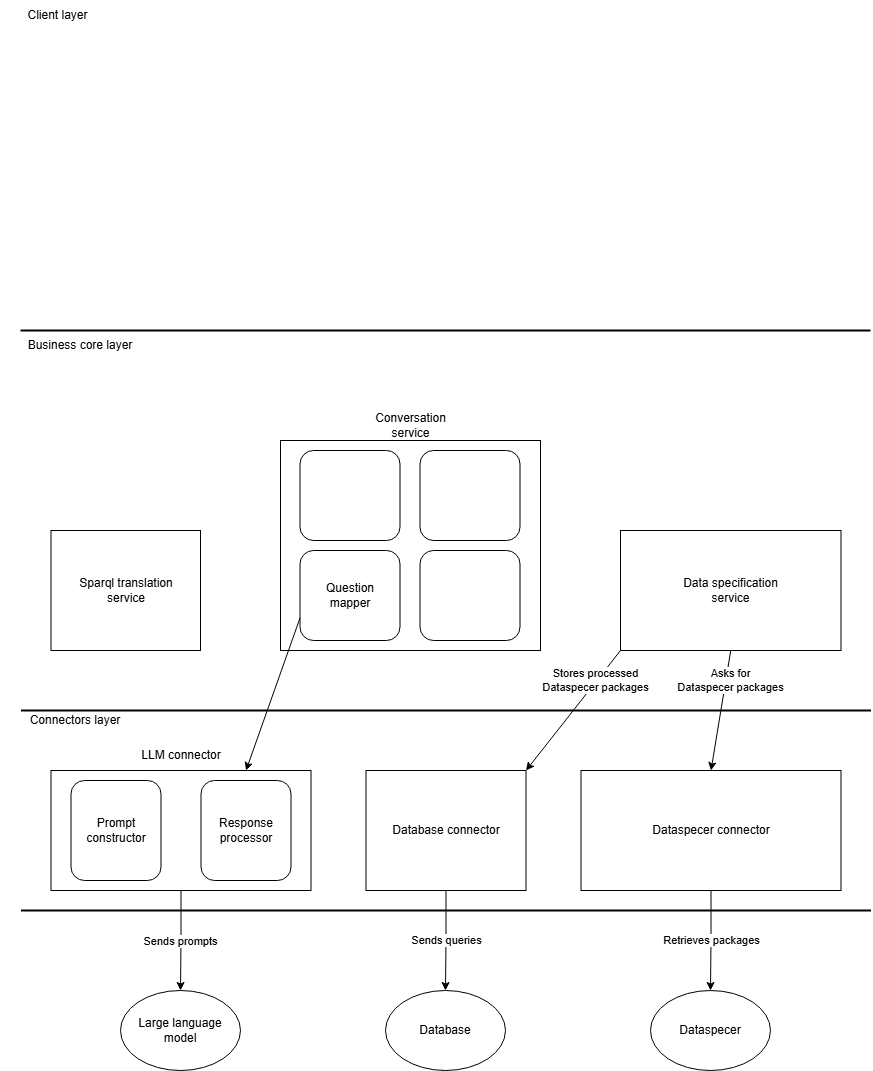
The draw.io diagram architecture/architecture_layers-and-modules.png in Kwantigon/research-project, before a commit. Source tidied: cells renumbered, new cells last; positions are measured from the earlier drawing's top-left corner, leaving out a move shared by most shapes. Its diagram source:
```xml
<mxGraphModel>
  <root>
    <mxCell id="0" />
    <mxCell id="1" parent="0" />
    <mxCell id="2" value="Large language model" style="ellipse;whiteSpace=wrap;html=1;" parent="1" vertex="1">
      <mxGeometry x="120" y="990" width="120" height="80" as="geometry" />
    </mxCell>
    <mxCell id="3" value="Dataspecer" style="ellipse;whiteSpace=wrap;html=1;" parent="1" vertex="1">
      <mxGeometry x="650" y="990" width="120" height="80" as="geometry" />
    </mxCell>
    <mxCell id="4" style="endArrow=none;html=1;rounded=0;strokeWidth=2;" parent="1" edge="1">
      <mxGeometry relative="1" as="geometry">
        <mxPoint x="20.5" y="910" as="sourcePoint" />
        <mxPoint x="870.5" y="910" as="targetPoint" />
      </mxGeometry>
    </mxCell>
    <mxCell id="5" value="Sends prompts" style="edgeStyle=orthogonalEdgeStyle;rounded=0;jettySize=auto;html=1;entryX=0.5;entryY=0;entryDx=0;entryDy=0;exitX=0.5;exitY=1;exitDx=0;exitDy=0;" parent="1" edge="1" source="6" target="2">
      <mxGeometry x="0.01" relative="1" as="geometry" />
    </mxCell>
    <mxCell id="6" style="rounded=0;whiteSpace=wrap;html=1;" parent="1" vertex="1">
      <mxGeometry x="50.5" y="770" width="260" height="120" as="geometry" />
    </mxCell>
    <mxCell id="7" value="Prompt constructor" style="rounded=1;whiteSpace=wrap;html=1;" parent="1" vertex="1">
      <mxGeometry x="70.5" y="780" width="90" height="100" as="geometry" />
    </mxCell>
    <mxCell id="8" value="Response processor" style="rounded=1;whiteSpace=wrap;html=1;" parent="1" vertex="1">
      <mxGeometry x="200.5" y="780" width="90" height="100" as="geometry" />
    </mxCell>
    <mxCell id="9" style="endArrow=none;html=1;rounded=0;strokeWidth=2;" parent="1" edge="1">
      <mxGeometry relative="1" as="geometry">
        <mxPoint x="20.5" y="710" as="sourcePoint" />
        <mxPoint x="870.5" y="710" as="targetPoint" />
      </mxGeometry>
    </mxCell>
    <mxCell id="10" value="Connectors&amp;nbsp;&lt;span style=&quot;background-color: transparent; color: light-dark(rgb(0, 0, 0), rgb(255, 255, 255));&quot;&gt;layer&lt;/span&gt;" style="text;html=1;align=center;verticalAlign=middle;whiteSpace=wrap;rounded=0;" parent="1" vertex="1">
      <mxGeometry y="700" width="150" height="40" as="geometry" />
    </mxCell>
    <mxCell id="11" value="Retrieves packages" style="edgeStyle=orthogonalEdgeStyle;rounded=0;jettySize=auto;html=1;entryX=0.5;entryY=0;entryDx=0;entryDy=0;" parent="1" edge="1" source="12" target="3">
      <mxGeometry relative="1" as="geometry" />
    </mxCell>
    <mxCell id="12" value="Dataspecer connector" style="rounded=0;whiteSpace=wrap;html=1;" parent="1" vertex="1">
      <mxGeometry x="580.5" y="770" width="260" height="120" as="geometry" />
    </mxCell>
    <mxCell id="13" value="Sends queries" style="edgeStyle=orthogonalEdgeStyle;rounded=0;jettySize=auto;html=1;entryX=0.5;entryY=0;entryDx=0;entryDy=0;" parent="1" edge="1" source="14" target="15">
      <mxGeometry relative="1" as="geometry" />
    </mxCell>
    <mxCell id="14" value="Database connector" style="rounded=0;whiteSpace=wrap;html=1;" parent="1" vertex="1">
      <mxGeometry x="365.5" y="770" width="160" height="120" as="geometry" />
    </mxCell>
    <mxCell id="15" value="Database" style="ellipse;whiteSpace=wrap;html=1;" parent="1" vertex="1">
      <mxGeometry x="385" y="990" width="120" height="80" as="geometry" />
    </mxCell>
    <mxCell id="16" value="LLM connector" style="text;html=1;align=center;verticalAlign=middle;whiteSpace=wrap;rounded=0;" parent="1" vertex="1">
      <mxGeometry x="130.5" y="740" width="100" height="30" as="geometry" />
    </mxCell>
    <mxCell id="17" style="endArrow=none;html=1;rounded=0;strokeWidth=2;" parent="1" edge="1">
      <mxGeometry relative="1" as="geometry">
        <mxPoint x="20" y="330" as="sourcePoint" />
        <mxPoint x="870" y="330" as="targetPoint" />
      </mxGeometry>
    </mxCell>
    <mxCell id="18" value="Business core layer" style="text;html=1;align=center;verticalAlign=middle;whiteSpace=wrap;rounded=0;" parent="1" vertex="1">
      <mxGeometry x="20" y="330" width="120" height="30" as="geometry" />
    </mxCell>
    <mxCell id="19" value="Client layer" style="text;html=1;align=center;verticalAlign=middle;whiteSpace=wrap;rounded=0;" parent="1" vertex="1">
      <mxGeometry x="10" width="95" height="30" as="geometry" />
    </mxCell>
    <mxCell id="20" value="Data specification&lt;div&gt;service&lt;/div&gt;" style="rounded=0;whiteSpace=wrap;html=1;" parent="1" vertex="1">
      <mxGeometry x="620" y="530" width="220.5" height="120" as="geometry" />
    </mxCell>
    <mxCell id="21" value="Stores processed&lt;div&gt;Dataspecer packages&lt;/div&gt;" style="endArrow=classic;html=1;rounded=0;exitX=0;exitY=1;exitDx=0;exitDy=0;entryX=1;entryY=0;entryDx=0;entryDy=0;" parent="1" edge="1" source="20" target="14">
      <mxGeometry x="-0.49" y="-1" relative="1" as="geometry" />
    </mxCell>
    <mxCell id="22" style="rounded=0;whiteSpace=wrap;html=1;" parent="1" vertex="1">
      <mxGeometry x="280" y="440" width="260" height="210" as="geometry" />
    </mxCell>
    <mxCell id="23" value="Asks for&lt;div&gt;Dataspecer packages&lt;/div&gt;" style="endArrow=classic;html=1;rounded=0;exitX=0.5;exitY=1;exitDx=0;exitDy=0;entryX=0.5;entryY=0;entryDx=0;entryDy=0;" parent="1" edge="1" source="20" target="12">
      <mxGeometry x="-0.51" y="5" relative="1" as="geometry" />
    </mxCell>
    <mxCell id="24" value="Question&lt;div&gt;mapper&lt;/div&gt;" style="rounded=1;whiteSpace=wrap;html=1;" parent="1" vertex="1">
      <mxGeometry x="299.5" y="550" width="100" height="90" as="geometry" />
    </mxCell>
    <mxCell id="25" value="Sparql translation&lt;div&gt;service&lt;/div&gt;" style="rounded=0;whiteSpace=wrap;html=1;" parent="1" vertex="1">
      <mxGeometry x="50.5" y="530" width="149.5" height="120" as="geometry" />
    </mxCell>
    <mxCell id="26" style="rounded=1;whiteSpace=wrap;html=1;" parent="1" vertex="1">
      <mxGeometry x="299.5" y="450" width="100" height="90" as="geometry" />
    </mxCell>
    <mxCell id="27" style="rounded=1;whiteSpace=wrap;html=1;" parent="1" vertex="1">
      <mxGeometry x="419.5" y="450" width="100" height="90" as="geometry" />
    </mxCell>
    <mxCell id="28" style="rounded=1;whiteSpace=wrap;html=1;" parent="1" vertex="1">
      <mxGeometry x="419.5" y="550" width="100" height="90" as="geometry" />
    </mxCell>
    <mxCell id="29" style="endArrow=classic;html=1;rounded=0;exitX=0;exitY=0.75;exitDx=0;exitDy=0;entryX=0.75;entryY=0;entryDx=0;entryDy=0;" parent="1" edge="1" source="24" target="6">
      <mxGeometry relative="1" as="geometry" />
    </mxCell>
    <mxCell id="30" value="Conversation&lt;div&gt;service&lt;/div&gt;" style="text;html=1;align=center;verticalAlign=middle;whiteSpace=wrap;rounded=0;" parent="1" vertex="1">
      <mxGeometry x="359.8" y="410" width="100.5" height="30" as="geometry" />
    </mxCell>
  </root>
</mxGraphModel>
```
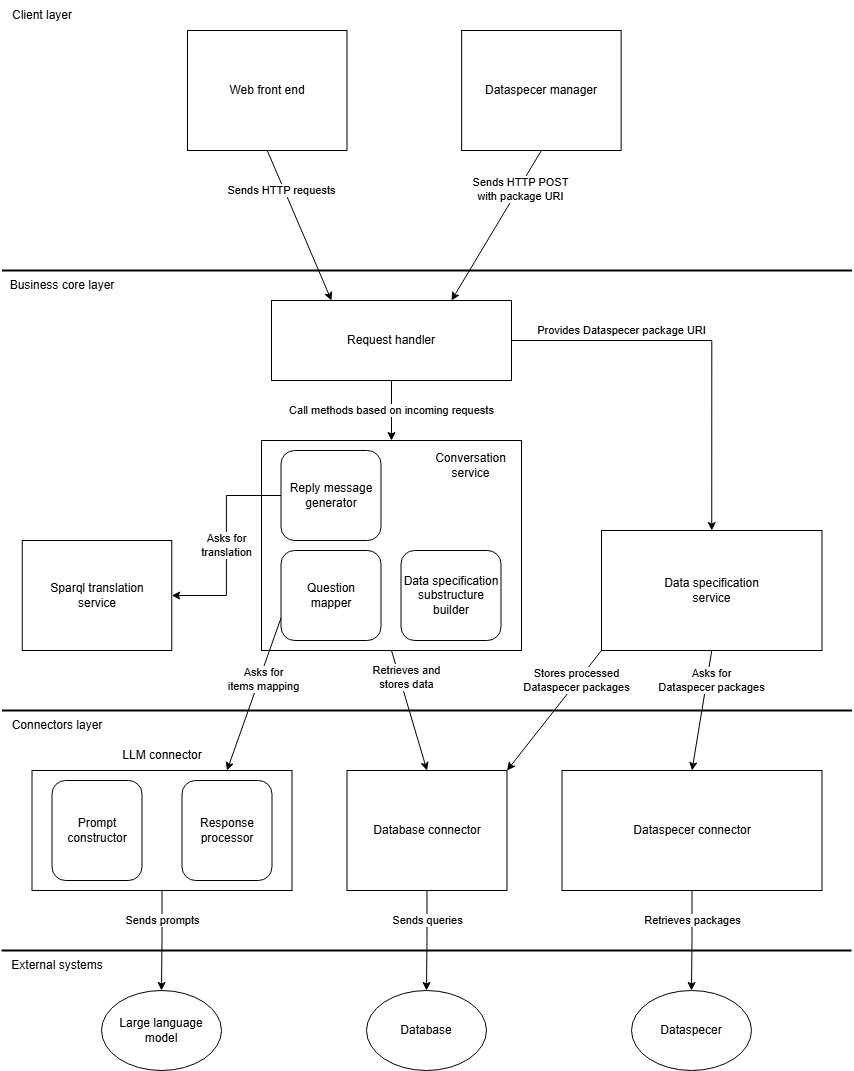
The same file after the commit.

Commit message:
Specification finished ... for now.

Diff of the diagram source:
```diff
@@ -1,4 +1,4 @@
-<mxGraphModel>
+<mxGraphModel background="#ffffff">
   <root>
     <mxCell id="0" />
     <mxCell id="1" parent="0" />
@@ -10,12 +10,12 @@
     </mxCell>
     <mxCell id="4" style="endArrow=none;html=1;rounded=0;strokeWidth=2;" parent="1" edge="1">
       <mxGeometry relative="1" as="geometry">
-        <mxPoint x="20.5" y="910" as="sourcePoint" />
-        <mxPoint x="870.5" y="910" as="targetPoint" />
+        <mxPoint x="20" y="950" as="sourcePoint" />
+        <mxPoint x="870" y="950" as="targetPoint" />
       </mxGeometry>
     </mxCell>
     <mxCell id="5" value="Sends prompts" style="edgeStyle=orthogonalEdgeStyle;rounded=0;jettySize=auto;html=1;entryX=0.5;entryY=0;entryDx=0;entryDy=0;exitX=0.5;exitY=1;exitDx=0;exitDy=0;" parent="1" edge="1" source="6" target="2">
-      <mxGeometry x="0.01" relative="1" as="geometry" />
+      <mxGeometry x="-0.4" relative="1" as="geometry" />
     </mxCell>
     <mxCell id="6" style="rounded=0;whiteSpace=wrap;html=1;" parent="1" vertex="1">
       <mxGeometry x="50.5" y="770" width="260" height="120" as="geometry" />
@@ -33,16 +33,16 @@
       </mxGeometry>
     </mxCell>
     <mxCell id="10" value="Connectors&amp;nbsp;&lt;span style=&quot;background-color: transparent; color: light-dark(rgb(0, 0, 0), rgb(255, 255, 255));&quot;&gt;layer&lt;/span&gt;" style="text;html=1;align=center;verticalAlign=middle;whiteSpace=wrap;rounded=0;" parent="1" vertex="1">
-      <mxGeometry y="700" width="150" height="40" as="geometry" />
+      <mxGeometry x="20.5" y="710" width="110" height="30" as="geometry" />
     </mxCell>
     <mxCell id="11" value="Retrieves packages" style="edgeStyle=orthogonalEdgeStyle;rounded=0;jettySize=auto;html=1;entryX=0.5;entryY=0;entryDx=0;entryDy=0;" parent="1" edge="1" source="12" target="3">
-      <mxGeometry relative="1" as="geometry" />
+      <mxGeometry x="-0.4" relative="1" as="geometry" />
     </mxCell>
     <mxCell id="12" value="Dataspecer connector" style="rounded=0;whiteSpace=wrap;html=1;" parent="1" vertex="1">
       <mxGeometry x="580.5" y="770" width="260" height="120" as="geometry" />
     </mxCell>
     <mxCell id="13" value="Sends queries" style="edgeStyle=orthogonalEdgeStyle;rounded=0;jettySize=auto;html=1;entryX=0.5;entryY=0;entryDx=0;entryDy=0;" parent="1" edge="1" source="14" target="15">
-      <mxGeometry relative="1" as="geometry" />
+      <mxGeometry x="-0.4" relative="1" as="geometry" />
     </mxCell>
     <mxCell id="14" value="Database connector" style="rounded=0;whiteSpace=wrap;html=1;" parent="1" vertex="1">
       <mxGeometry x="365.5" y="770" width="160" height="120" as="geometry" />
@@ -55,15 +55,15 @@
     </mxCell>
     <mxCell id="17" style="endArrow=none;html=1;rounded=0;strokeWidth=2;" parent="1" edge="1">
       <mxGeometry relative="1" as="geometry">
-        <mxPoint x="20" y="330" as="sourcePoint" />
-        <mxPoint x="870" y="330" as="targetPoint" />
+        <mxPoint x="20.5" y="270" as="sourcePoint" />
+        <mxPoint x="870.5" y="270" as="targetPoint" />
       </mxGeometry>
     </mxCell>
     <mxCell id="18" value="Business core layer" style="text;html=1;align=center;verticalAlign=middle;whiteSpace=wrap;rounded=0;" parent="1" vertex="1">
-      <mxGeometry x="20" y="330" width="120" height="30" as="geometry" />
+      <mxGeometry x="20.5" y="270" width="120" height="30" as="geometry" />
     </mxCell>
     <mxCell id="19" value="Client layer" style="text;html=1;align=center;verticalAlign=middle;whiteSpace=wrap;rounded=0;" parent="1" vertex="1">
-      <mxGeometry x="10" width="95" height="30" as="geometry" />
+      <mxGeometry x="20.5" width="80" height="30" as="geometry" />
     </mxCell>
     <mxCell id="20" value="Data specification&lt;div&gt;service&lt;/div&gt;" style="rounded=0;whiteSpace=wrap;html=1;" parent="1" vertex="1">
       <mxGeometry x="620" y="530" width="220.5" height="120" as="geometry" />
@@ -77,26 +77,56 @@
     <mxCell id="23" value="Asks for&lt;div&gt;Dataspecer packages&lt;/div&gt;" style="endArrow=classic;html=1;rounded=0;exitX=0.5;exitY=1;exitDx=0;exitDy=0;entryX=0.5;entryY=0;entryDx=0;entryDy=0;" parent="1" edge="1" source="20" target="12">
       <mxGeometry x="-0.51" y="5" relative="1" as="geometry" />
     </mxCell>
+    <mxCell id="31" value="Asks for&lt;br&gt;&lt;div&gt;translation&lt;/div&gt;" style="edgeStyle=orthogonalEdgeStyle;rounded=0;jettySize=auto;html=1;entryX=1;entryY=0.5;entryDx=0;entryDy=0;" parent="1" edge="1" source="24" target="25">
+      <mxGeometry relative="1" as="geometry" />
+    </mxCell>
-    <mxCell id="24" value="Question&lt;div&gt;mapper&lt;/div&gt;" style="rounded=1;whiteSpace=wrap;html=1;" parent="1" vertex="1">
-      <mxGeometry x="299.5" y="550" width="100" height="90" as="geometry" />
+    <mxCell id="24" value="Reply message&lt;div&gt;generator&lt;/div&gt;" style="rounded=1;whiteSpace=wrap;html=1;" parent="1" vertex="1">
+      <mxGeometry x="299.5" y="450" width="100" height="90" as="geometry" />
     </mxCell>
     <mxCell id="25" value="Sparql translation&lt;div&gt;service&lt;/div&gt;" style="rounded=0;whiteSpace=wrap;html=1;" parent="1" vertex="1">
-      <mxGeometry x="50.5" y="530" width="149.5" height="120" as="geometry" />
+      <mxGeometry x="40.8" y="540" width="149.5" height="110" as="geometry" />
     </mxCell>
-    <mxCell id="26" style="rounded=1;whiteSpace=wrap;html=1;" parent="1" vertex="1">
-      <mxGeometry x="299.5" y="450" width="100" height="90" as="geometry" />
+    <mxCell id="26" value="Data specification&lt;div&gt;substructure&lt;/div&gt;&lt;div&gt;builder&lt;/div&gt;" style="rounded=1;whiteSpace=wrap;html=1;" parent="1" vertex="1">
+      <mxGeometry x="419.5" y="550" width="100" height="90" as="geometry" />
     </mxCell>
-    <mxCell id="27" style="rounded=1;whiteSpace=wrap;html=1;" parent="1" vertex="1">
-      <mxGeometry x="419.5" y="450" width="100" height="90" as="geometry" />
-    </mxCell>
-    <mxCell id="28" style="rounded=1;whiteSpace=wrap;html=1;" parent="1" vertex="1">
-      <mxGeometry x="419.5" y="550" width="100" height="90" as="geometry" />
+    <mxCell id="28" value="Question&lt;div&gt;mapper&lt;/div&gt;" style="rounded=1;whiteSpace=wrap;html=1;" parent="1" vertex="1">
+      <mxGeometry x="299.5" y="550" width="100" height="90" as="geometry" />
     </mxCell>
-    <mxCell id="29" style="endArrow=classic;html=1;rounded=0;exitX=0;exitY=0.75;exitDx=0;exitDy=0;entryX=0.75;entryY=0;entryDx=0;entryDy=0;" parent="1" edge="1" source="24" target="6">
-      <mxGeometry relative="1" as="geometry" />
-    </mxCell>
-    <mxCell id="30" value="Conversation&lt;div&gt;service&lt;/div&gt;" style="text;html=1;align=center;verticalAlign=middle;whiteSpace=wrap;rounded=0;" parent="1" vertex="1">
-      <mxGeometry x="359.8" y="410" width="100.5" height="30" as="geometry" />
+    <mxCell id="30" value="Conversation&lt;div&gt;&lt;span style=&quot;background-color: transparent; color: light-dark(rgb(0, 0, 0), rgb(255, 255, 255));&quot;&gt;service&lt;/span&gt;&lt;/div&gt;" style="text;html=1;align=center;verticalAlign=middle;whiteSpace=wrap;rounded=0;" parent="1" vertex="1">
+      <mxGeometry x="439.4" y="450" width="100.6" height="30" as="geometry" />
     </mxCell>
+    <mxCell id="32" value="Asks for&lt;div&gt;items mapping&lt;/div&gt;" style="endArrow=classic;html=1;rounded=0;entryX=0.75;entryY=0;entryDx=0;entryDy=0;exitX=0;exitY=0.75;exitDx=0;exitDy=0;" parent="1" edge="1" source="28" target="6">
+      <mxGeometry x="-0.21" y="4" relative="1" as="geometry" />
+    </mxCell>
+    <mxCell id="33" value="Retrieves and&lt;div&gt;stores data&lt;/div&gt;" style="endArrow=classic;html=1;rounded=0;exitX=0.5;exitY=1;exitDx=0;exitDy=0;entryX=0.5;entryY=0;entryDx=0;entryDy=0;" parent="1" edge="1" source="22" target="14">
+      <mxGeometry x="-0.53" y="7" relative="1" as="geometry" />
+    </mxCell>
+    <mxCell id="34" value="External systems" style="text;html=1;align=center;verticalAlign=middle;whiteSpace=wrap;rounded=0;" parent="1" vertex="1">
+      <mxGeometry x="20.5" y="950" width="110" height="30" as="geometry" />
+    </mxCell>
+    <mxCell id="35" value="Web front end" style="rounded=0;whiteSpace=wrap;html=1;" parent="1" vertex="1">
+      <mxGeometry x="206" y="30" width="159.5" height="120" as="geometry" />
+    </mxCell>
+    <mxCell id="36" value="Provides Dataspecer package URI" style="edgeStyle=orthogonalEdgeStyle;rounded=0;jettySize=auto;html=1;entryX=0.5;entryY=0;entryDx=0;entryDy=0;" parent="1" edge="1" source="38" target="20">
+      <mxGeometry x="-0.44" y="10" relative="1" as="geometry" />
+    </mxCell>
+    <mxCell id="37" value="Call methods based on incoming requests" style="edgeStyle=orthogonalEdgeStyle;rounded=0;jettySize=auto;html=1;entryX=0.5;entryY=0;entryDx=0;entryDy=0;" parent="1" edge="1" source="38" target="22">
+      <mxGeometry relative="1" as="geometry" />
+    </mxCell>
+    <mxCell id="38" value="Request handler" style="rounded=0;whiteSpace=wrap;html=1;" parent="1" vertex="1">
+      <mxGeometry x="290" y="300" width="240" height="80" as="geometry" />
+    </mxCell>
+    <mxCell id="39" value="Dataspecer manager" style="rounded=0;whiteSpace=wrap;html=1;" parent="1" vertex="1">
+      <mxGeometry x="480.1" y="30" width="159.5" height="120" as="geometry" />
+    </mxCell>
+    <mxCell id="40" style="endArrow=classic;html=1;rounded=0;exitX=0.5;exitY=1;exitDx=0;exitDy=0;entryX=0.75;entryY=0;entryDx=0;entryDy=0;" parent="1" edge="1" source="39" target="38">
+      <mxGeometry relative="1" as="geometry" />
+    </mxCell>
+    <mxCell id="41" value="Sends HTTP POST&lt;div&gt;with package URI&lt;/div&gt;" style="edgeLabel;html=1;align=center;verticalAlign=middle;" parent="40" vertex="1">
+      <mxGeometry x="-0.49" y="1" relative="1" as="geometry" />
+    </mxCell>
+    <mxCell id="42" value="Sends HTTP requests" style="endArrow=classic;html=1;rounded=0;entryX=0.25;entryY=0;entryDx=0;entryDy=0;exitX=0.5;exitY=1;exitDx=0;exitDy=0;" parent="1" edge="1" source="35" target="38">
+      <mxGeometry x="-0.48" y="-3" relative="1" as="geometry" />
+    </mxCell>
   </root>
 </mxGraphModel>
```
